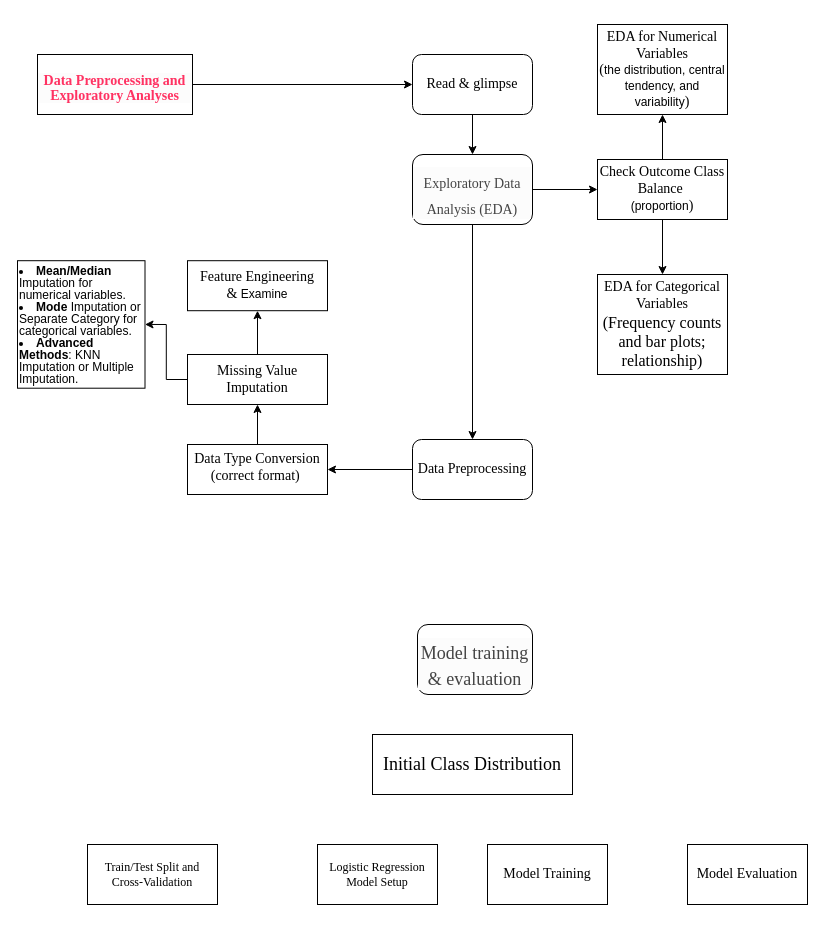
Before: Untitled Diagram.drawio in robinyang414/Book, a draw.io diagram. Source tidied: cells renumbered, new cells numbered last; positions are measured from the earlier drawing's top-left corner, leaving out a move shared by most shapes. Both pictures are drawn from the tidied source at 100%, with x=0, y=0 at pixel (17, 24).
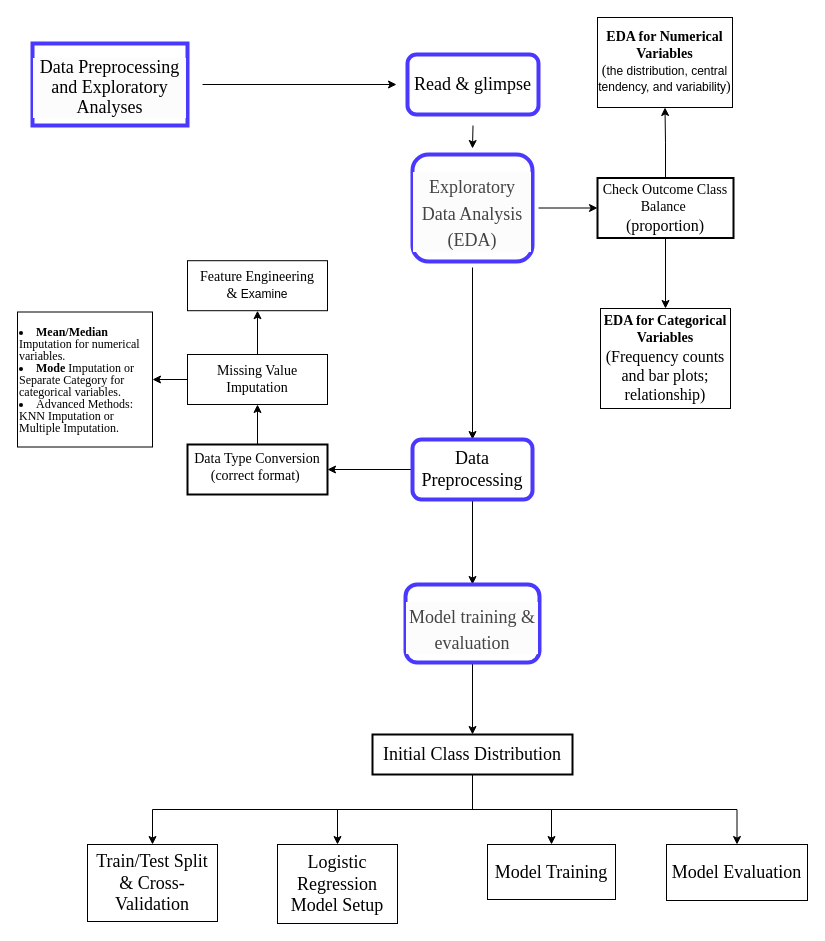
Above is the later version.

Commit message:
Data Preprocessing and EDA.drawio

What changed in the source:
```diff
@@
-    <mxCell id="3" value="&lt;h1 class=&quot;title toc-ignore&quot; style=&quot;box-sizing: border-box; margin: 18px 0px 9px; line-height: 1.1; background-color: rgb(252, 252, 252);&quot;&gt;&lt;font style=&quot;&quot; face=&quot;Times New Roman&quot;&gt;Data Preprocessing and Exploratory Analyses&lt;/font&gt;&lt;/h1&gt;" style="rounded=0;html=1;fillStyle=auto;gradientColor=none;align=center;fontSize=7;verticalAlign=middle;whiteSpace=wrap;spacingBottom=2;fontColor=#FF3262;" parent="1" vertex="1">
-      <mxGeometry x="20" y="30" width="155" height="60" as="geometry" />
+    <mxCell id="3" value="&lt;h1 class=&quot;title toc-ignore&quot; style=&quot;box-sizing: border-box; margin: 18px 0px 9px; line-height: 1.1; background-color: rgb(252, 252, 252);&quot;&gt;&lt;font style=&quot;font-weight: normal; color: rgb(0, 0, 0);&quot; face=&quot;Times New Roman&quot;&gt;Data Preprocessing and Exploratory Analyses&lt;/font&gt;&lt;/h1&gt;" style="rounded=0;html=1;fillStyle=auto;gradientColor=none;align=center;fontSize=9;verticalAlign=middle;whiteSpace=wrap;spacingBottom=2;fontColor=#FF3262;strokeColor=light-dark(#4B38FF,#FFFFFF);perimeterSpacing=15;strokeWidth=4;" parent="1" vertex="1">
+      <mxGeometry x="15" y="19" width="155" height="82" as="geometry" />
     </mxCell>
@@
-    <mxCell id="6" value="&lt;h1 style=&quot;box-sizing: border-box; margin: 18px 0px 9px; line-height: 1.1; background-color: rgb(252, 252, 252); color: rgb(68, 68, 68);&quot;&gt;&lt;font face=&quot;Times New Roman&quot; style=&quot;font-size: 14px;&quot; color=&quot;#444444&quot;&gt;&lt;span style=&quot;font-weight: 300;&quot;&gt;Exploratory Data Analysis (EDA)&lt;/span&gt;&lt;/font&gt;&lt;/h1&gt;" style="rounded=1;whiteSpace=wrap;html=1;align=center;spacingBottom=2;" parent="1" vertex="1">
-      <mxGeometry x="395" y="130" width="120" height="70" as="geometry" />
+    <mxCell id="6" value="&lt;h1 style=&quot;box-sizing: border-box; margin: 18px 0px 9px; line-height: 1.1; background-color: rgb(252, 252, 252); color: rgb(68, 68, 68);&quot;&gt;&lt;font face=&quot;Times New Roman&quot; style=&quot;font-size: 18px;&quot; color=&quot;#444444&quot;&gt;&lt;span style=&quot;font-weight: 300;&quot;&gt;Exploratory Data Analysis (EDA)&lt;/span&gt;&lt;/font&gt;&lt;/h1&gt;" style="rounded=1;whiteSpace=wrap;html=1;align=center;spacingBottom=2;strokeColor=light-dark(#4B38FF,#FFFFFF);perimeterSpacing=6;strokeWidth=4;" parent="1" vertex="1">
+      <mxGeometry x="395" y="130" width="120" height="107" as="geometry" />
     </mxCell>
@@
-    <mxCell id="8" value="&lt;font style=&quot;font-size: 14px;&quot; face=&quot;Times New Roman&quot;&gt;Read &amp;amp; glimpse&lt;/font&gt;" style="rounded=1;whiteSpace=wrap;html=1;" parent="1" vertex="1">
-      <mxGeometry x="395" y="30" width="120" height="60" as="geometry" />
+    <mxCell id="8" value="&lt;font style=&quot;font-size: 18px;&quot; face=&quot;Times New Roman&quot;&gt;Read &amp;amp; glimpse&lt;/font&gt;" style="rounded=1;whiteSpace=wrap;html=1;strokeColor=light-dark(#4B38FF,#FFFFFF);perimeterSpacing=11;strokeWidth=4;" parent="1" vertex="1">
+      <mxGeometry x="390" y="30" width="131" height="60" as="geometry" />
     </mxCell>
@@
+    <mxCell id="29" style="edgeStyle=orthogonalEdgeStyle;rounded=0;jettySize=auto;html=1;exitX=0.5;exitY=1;exitDx=0;exitDy=0;" parent="1" edge="1" source="10" target="23">
+      <mxGeometry relative="1" as="geometry" />
+    </mxCell>
-    <mxCell id="10" value="&lt;font face=&quot;Times New Roman&quot; style=&quot;font-size: 14px;&quot;&gt;Data Preprocessing&lt;/font&gt;" style="rounded=1;whiteSpace=wrap;html=1;" parent="1" vertex="1">
+    <mxCell id="10" value="&lt;font face=&quot;Times New Roman&quot; style=&quot;font-size: 18px;&quot;&gt;Data Preprocessing&lt;/font&gt;" style="rounded=1;whiteSpace=wrap;html=1;strokeColor=light-dark(#4B38FF,#FFFFFF);strokeWidth=4;" parent="1" vertex="1">
       <mxGeometry x="395" y="415" width="120" height="60" as="geometry" />
     </mxCell>
@@
-    <mxCell id="13" value="&lt;font style=&quot;font-size: 14px;&quot; face=&quot;Times New Roman&quot;&gt;Check Outcome Class Balance&amp;nbsp;&lt;/font&gt;&lt;div&gt;(proportion&lt;font style=&quot;font-size: 14px;&quot; face=&quot;Times New Roman&quot;&gt;)&lt;/font&gt;&lt;/div&gt;" style="rounded=0;whiteSpace=wrap;html=1;" parent="1" vertex="1">
-      <mxGeometry x="580" y="135" width="130" height="60" as="geometry" />
+    <mxCell id="13" value="&lt;font face=&quot;Times New Roman&quot; style=&quot;font-size: 14px;&quot;&gt;Check Outcome Class Balance&amp;nbsp;&lt;/font&gt;&lt;div&gt;&lt;font face=&quot;Times New Roman&quot; size=&quot;3&quot;&gt;(proportion)&lt;/font&gt;&lt;/div&gt;" style="rounded=0;whiteSpace=wrap;html=1;strokeWidth=2;" parent="1" vertex="1">
+      <mxGeometry x="580" y="153.5" width="136" height="60" as="geometry" />
     </mxCell>
-    <mxCell id="14" value="&lt;font face=&quot;Times New Roman&quot; style=&quot;font-size: 14px;&quot;&gt;EDA for Numerical Variables&lt;/font&gt;&lt;div&gt;&lt;font face=&quot;Times New Roman&quot; style=&quot;font-size: 14px;&quot;&gt;(&lt;/font&gt;&lt;span style=&quot;background-color: transparent; color: light-dark(rgb(0, 0, 0), rgb(255, 255, 255));&quot;&gt;the &lt;/span&gt;&lt;span style=&quot;background-color: transparent; color: light-dark(rgb(0, 0, 0), rgb(255, 255, 255));&quot;&gt;distribution, central tendency, and variability&lt;/span&gt;&lt;span style=&quot;font-size: 14px; font-family: &amp;quot;Times New Roman&amp;quot;; background-color: transparent; color: light-dark(rgb(0, 0, 0), rgb(255, 255, 255));&quot;&gt;)&lt;/span&gt;&lt;/div&gt;" style="rounded=0;whiteSpace=wrap;html=1;" parent="1" vertex="1">
-      <mxGeometry x="580" width="130" height="90" as="geometry" />
+    <mxCell id="14" value="&lt;font face=&quot;Times New Roman&quot; style=&quot;font-size: 14px;&quot;&gt;&lt;b&gt;EDA for Numerical Variables&lt;/b&gt;&lt;/font&gt;&lt;div&gt;&lt;font face=&quot;Times New Roman&quot; style=&quot;font-size: 14px;&quot;&gt;(&lt;/font&gt;&lt;span style=&quot;background-color: transparent; color: light-dark(rgb(0, 0, 0), rgb(255, 255, 255));&quot;&gt;the &lt;/span&gt;&lt;span style=&quot;background-color: transparent; color: light-dark(rgb(0, 0, 0), rgb(255, 255, 255));&quot;&gt;distribution, central tendency, and variability&lt;/span&gt;&lt;span style=&quot;font-size: 14px; font-family: &amp;quot;Times New Roman&amp;quot;; background-color: transparent; color: light-dark(rgb(0, 0, 0), rgb(255, 255, 255));&quot;&gt;)&lt;/span&gt;&lt;/div&gt;" style="rounded=0;whiteSpace=wrap;html=1;" parent="1" vertex="1">
+      <mxGeometry x="580" y="-7" width="135" height="90" as="geometry" />
     </mxCell>
-    <mxCell id="15" value="&lt;font style=&quot;font-size: 14px;&quot; face=&quot;Times New Roman&quot;&gt;EDA for Categorical Variables&lt;br&gt;&lt;/font&gt;&lt;div&gt;&lt;font size=&quot;3&quot; face=&quot;Times New Roman&quot;&gt;&lt;font style=&quot;&quot;&gt;(&lt;/font&gt;&lt;span style=&quot;&quot;&gt;Frequency counts&lt;/span&gt; and &lt;span style=&quot;&quot;&gt;bar plots; relationship&lt;/span&gt;&lt;span style=&quot;background-color: transparent; color: light-dark(rgb(0, 0, 0), rgb(255, 255, 255));&quot;&gt;)&lt;/span&gt;&lt;/font&gt;&lt;/div&gt;" style="rounded=0;whiteSpace=wrap;html=1;" parent="1" vertex="1">
-      <mxGeometry x="580" y="250" width="130" height="100" as="geometry" />
+    <mxCell id="15" value="&lt;font style=&quot;font-size: 14px;&quot; face=&quot;Times New Roman&quot;&gt;&lt;b&gt;EDA for Categorical Variables&lt;br&gt;&lt;/b&gt;&lt;/font&gt;&lt;div&gt;&lt;font size=&quot;3&quot; face=&quot;Times New Roman&quot;&gt;&lt;font style=&quot;&quot;&gt;(&lt;/font&gt;&lt;span style=&quot;&quot;&gt;Frequency counts&lt;/span&gt; and &lt;span style=&quot;&quot;&gt;bar plots; relationship&lt;/span&gt;&lt;span style=&quot;background-color: transparent; color: light-dark(rgb(0, 0, 0), rgb(255, 255, 255));&quot;&gt;)&lt;/span&gt;&lt;/font&gt;&lt;/div&gt;" style="rounded=0;whiteSpace=wrap;html=1;" parent="1" vertex="1">
+      <mxGeometry x="583" y="284" width="130" height="100" as="geometry" />
     </mxCell>
@@
-    <mxCell id="17" value="&lt;font style=&quot;font-size: 14px;&quot; face=&quot;Times New Roman&quot;&gt;Data Type Conversion&lt;/font&gt;&lt;div&gt;&lt;font style=&quot;font-size: 14px;&quot; face=&quot;Times New Roman&quot;&gt;(correct format)&amp;nbsp;&lt;/font&gt;&lt;div&gt;&lt;br&gt;&lt;/div&gt;&lt;/div&gt;" style="rounded=0;whiteSpace=wrap;html=1;verticalAlign=top;align=center;" parent="1" vertex="1">
+    <mxCell id="17" value="&lt;font style=&quot;font-size: 14px;&quot; face=&quot;Times New Roman&quot;&gt;Data Type Conversion&lt;/font&gt;&lt;div&gt;&lt;font style=&quot;font-size: 14px;&quot; face=&quot;Times New Roman&quot;&gt;(correct format)&amp;nbsp;&lt;/font&gt;&lt;div&gt;&lt;br&gt;&lt;/div&gt;&lt;/div&gt;" style="rounded=0;whiteSpace=wrap;html=1;verticalAlign=top;align=center;strokeWidth=2;" parent="1" vertex="1">
       <mxGeometry x="170" y="420" width="140" height="50" as="geometry" />
     </mxCell>
@@
-    <mxCell id="21" value="&lt;div style=&quot;line-height: 100%;&quot;&gt;&lt;li&gt;&lt;span&gt;&lt;b&gt;Mean/Median&lt;/b&gt; Imputation&lt;/span&gt; for numerical variables.&lt;/li&gt;&lt;li&gt;&lt;span&gt;&lt;b&gt;Mode &lt;/b&gt;Imputation&lt;/span&gt; or &lt;span&gt;Separate Category&lt;/span&gt; for categorical variables.&lt;/li&gt;&lt;li&gt;&lt;span style=&quot;background-color: transparent; color: light-dark(rgb(0, 0, 0), rgb(255, 255, 255));&quot;&gt;&lt;b&gt;Advanced Methods&lt;/b&gt;&lt;/span&gt;&lt;span style=&quot;background-color: transparent; color: light-dark(rgb(0, 0, 0), rgb(255, 255, 255));&quot;&gt;: KNN Imputation or Multiple Imputation.&lt;/span&gt;&lt;/li&gt;&lt;/div&gt;" style="whiteSpace=wrap;html=1;align=left;" parent="1" vertex="1">
-      <mxGeometry y="236.2" width="127.5" height="127.5" as="geometry" />
+    <mxCell id="21" value="&lt;div style=&quot;line-height: 100%;&quot;&gt;&lt;li&gt;&lt;font face=&quot;Times New Roman&quot;&gt;&lt;span style=&quot;&quot;&gt;&lt;b&gt;Mean/Median&lt;/b&gt; Imputation&lt;/span&gt; for numerical variables.&lt;/font&gt;&lt;/li&gt;&lt;li&gt;&lt;font face=&quot;Times New Roman&quot;&gt;&lt;span&gt;&lt;b&gt;Mode &lt;/b&gt;Imputation&lt;/span&gt; or &lt;span&gt;Separate Category&lt;/span&gt; for categorical variables.&lt;/font&gt;&lt;/li&gt;&lt;li&gt;&lt;font face=&quot;Times New Roman&quot;&gt;&lt;span style=&quot;background-color: transparent; color: light-dark(rgb(0, 0, 0), rgb(255, 255, 255));&quot;&gt;Advanced Methods&lt;/span&gt;&lt;span style=&quot;background-color: transparent; color: light-dark(rgb(0, 0, 0), rgb(255, 255, 255));&quot;&gt;: KNN Imputation or Multiple Imputation.&lt;/span&gt;&lt;/font&gt;&lt;/li&gt;&lt;/div&gt;" style="whiteSpace=wrap;html=1;align=left;" parent="1" vertex="1">
+      <mxGeometry y="287.5" width="135" height="135" as="geometry" />
     </mxCell>
@@
+    <mxCell id="30" style="edgeStyle=orthogonalEdgeStyle;rounded=0;jettySize=auto;html=1;exitX=0.5;exitY=1;exitDx=0;exitDy=0;entryX=0.5;entryY=0;entryDx=0;entryDy=0;" parent="1" edge="1" source="23" target="24">
+      <mxGeometry relative="1" as="geometry" />
+    </mxCell>
-    <mxCell id="23" value="&lt;h1 style=&quot;box-sizing: border-box; margin: 18px 0px 9px; font-weight: 300; line-height: 1.1; color: rgb(68, 68, 68); background-color: rgb(252, 252, 252);&quot;&gt;&lt;font face=&quot;Times New Roman&quot; style=&quot;font-size: 18px;&quot;&gt;Model training &amp;amp; evaluation&lt;/font&gt;&lt;/h1&gt;" style="rounded=1;whiteSpace=wrap;html=1;align=center;" parent="1" vertex="1">
-      <mxGeometry x="400" y="600" width="115" height="70" as="geometry" />
+    <mxCell id="23" value="&lt;h1 style=&quot;box-sizing: border-box; margin: 18px 0px 9px; font-weight: 300; line-height: 1.1; color: rgb(68, 68, 68); background-color: rgb(252, 252, 252);&quot;&gt;&lt;font face=&quot;Times New Roman&quot; style=&quot;font-size: 18px;&quot;&gt;Model training &amp;amp; evaluation&lt;/font&gt;&lt;/h1&gt;" style="rounded=1;whiteSpace=wrap;html=1;align=center;strokeColor=light-dark(#4B38FF,#FFFFFF);strokeWidth=4;" parent="1" vertex="1">
+      <mxGeometry x="388" y="560" width="134" height="78" as="geometry" />
     </mxCell>
+    <mxCell id="31" style="edgeStyle=orthogonalEdgeStyle;rounded=0;jettySize=auto;html=1;exitX=0.5;exitY=1;exitDx=0;exitDy=0;entryX=0.5;entryY=0;entryDx=0;entryDy=0;" parent="1" edge="1" source="24" target="25">
+      <mxGeometry relative="1" as="geometry" />
+    </mxCell>
+    <mxCell id="32" style="edgeStyle=orthogonalEdgeStyle;rounded=0;jettySize=auto;html=1;exitX=0.5;exitY=1;exitDx=0;exitDy=0;" parent="1" edge="1" source="24" target="27">
+      <mxGeometry relative="1" as="geometry" />
+    </mxCell>
+    <mxCell id="33" style="edgeStyle=orthogonalEdgeStyle;rounded=0;jettySize=auto;html=1;exitX=0.5;exitY=1;exitDx=0;exitDy=0;entryX=0.5;entryY=0;entryDx=0;entryDy=0;" parent="1" edge="1" source="24" target="28">
+      <mxGeometry relative="1" as="geometry" />
+    </mxCell>
+    <mxCell id="34" style="edgeStyle=orthogonalEdgeStyle;rounded=0;jettySize=auto;html=1;exitX=0.5;exitY=1;exitDx=0;exitDy=0;entryX=0.5;entryY=0;entryDx=0;entryDy=0;" parent="1" edge="1" source="24" target="26">
+      <mxGeometry relative="1" as="geometry" />
+    </mxCell>
-    <mxCell id="24" value="&lt;font face=&quot;Times New Roman&quot; style=&quot;font-size: 18px;&quot;&gt;&lt;span style=&quot;&quot;&gt;Initial Class Distribution&lt;/span&gt;&lt;/font&gt;" style="rounded=0;whiteSpace=wrap;html=1;" parent="1" vertex="1">
-      <mxGeometry x="355" y="710" width="200" height="60" as="geometry" />
+    <mxCell id="24" value="&lt;font face=&quot;Times New Roman&quot; style=&quot;font-size: 18px;&quot;&gt;&lt;span style=&quot;&quot;&gt;Initial Class Distribution&lt;/span&gt;&lt;/font&gt;" style="rounded=0;whiteSpace=wrap;html=1;strokeWidth=2;" parent="1" vertex="1">
+      <mxGeometry x="355" y="710" width="200" height="40" as="geometry" />
     </mxCell>
-    <mxCell id="25" value="&lt;div&gt;&lt;font face=&quot;Times New Roman&quot; style=&quot;font-size: 12px;&quot;&gt;Train/Test Split and Cross-Validation&lt;/font&gt;&lt;/div&gt;" style="rounded=0;whiteSpace=wrap;html=1;" parent="1" vertex="1">
-      <mxGeometry x="70" y="820" width="130" height="60" as="geometry" />
+    <mxCell id="25" value="&lt;div&gt;&lt;font face=&quot;Times New Roman&quot; style=&quot;font-size: 18px;&quot;&gt;Train/Test Split &amp;amp; Cross-Validation&lt;/font&gt;&lt;/div&gt;" style="rounded=0;whiteSpace=wrap;html=1;" parent="1" vertex="1">
+      <mxGeometry x="70" y="820" width="130" height="77" as="geometry" />
     </mxCell>
-    <mxCell id="26" value="&lt;font face=&quot;Times New Roman&quot; style=&quot;font-size: 12px;&quot;&gt;Logistic Regression Model Setup&lt;/font&gt;" style="rounded=0;whiteSpace=wrap;html=1;" parent="1" vertex="1">
-      <mxGeometry x="300" y="820" width="120" height="60" as="geometry" />
+    <mxCell id="26" value="&lt;font face=&quot;Times New Roman&quot; style=&quot;font-size: 18px;&quot;&gt;Logistic Regression Model Setup&lt;/font&gt;" style="rounded=0;whiteSpace=wrap;html=1;" parent="1" vertex="1">
+      <mxGeometry x="260" y="820" width="120" height="79" as="geometry" />
     </mxCell>
-    <mxCell id="27" value="&lt;font style=&quot;font-size: 14px;&quot; face=&quot;Times New Roman&quot;&gt;Model Evaluation&lt;/font&gt;" style="rounded=0;whiteSpace=wrap;html=1;" parent="1" vertex="1">
-      <mxGeometry x="670" y="820" width="120" height="60" as="geometry" />
+    <mxCell id="27" value="&lt;font style=&quot;font-size: 18px;&quot; face=&quot;Times New Roman&quot;&gt;Model Evaluation&lt;/font&gt;" style="rounded=0;whiteSpace=wrap;html=1;" parent="1" vertex="1">
+      <mxGeometry x="649" y="820" width="141" height="56" as="geometry" />
     </mxCell>
-    <mxCell id="28" value="&lt;font face=&quot;Times New Roman&quot; style=&quot;font-size: 14px;&quot;&gt;Model Training&lt;/font&gt;" style="rounded=0;whiteSpace=wrap;html=1;" parent="1" vertex="1">
-      <mxGeometry x="470" y="820" width="120" height="60" as="geometry" />
+    <mxCell id="28" value="&lt;font face=&quot;Times New Roman&quot; style=&quot;font-size: 18px;&quot;&gt;Model Training&lt;/font&gt;" style="rounded=0;whiteSpace=wrap;html=1;" parent="1" vertex="1">
+      <mxGeometry x="470" y="820" width="128" height="55" as="geometry" />
     </mxCell>
```
